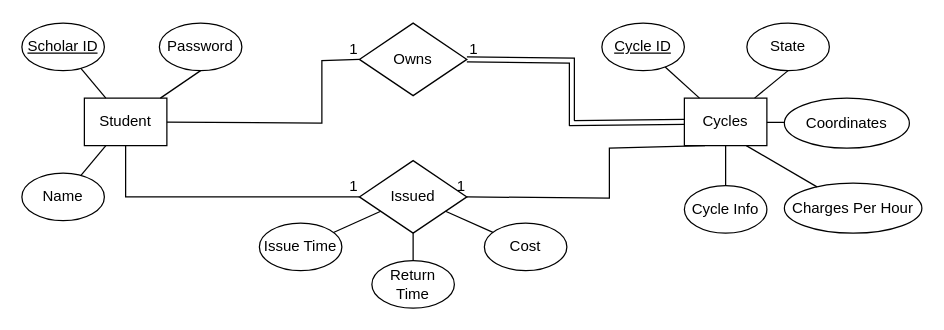
AssassinOFsilchar/sgtree keeps this draw.io diagram as Untitled Diagram.drawio. Above is the earlier version. Source tidied: cells renumbered, new cells numbered last; positions are measured from the earlier drawing's top-left corner, leaving out a move shared by most shapes. Both pictures are drawn from the tidied source at 125%, with x=0, y=0 at pixel (21, 22).
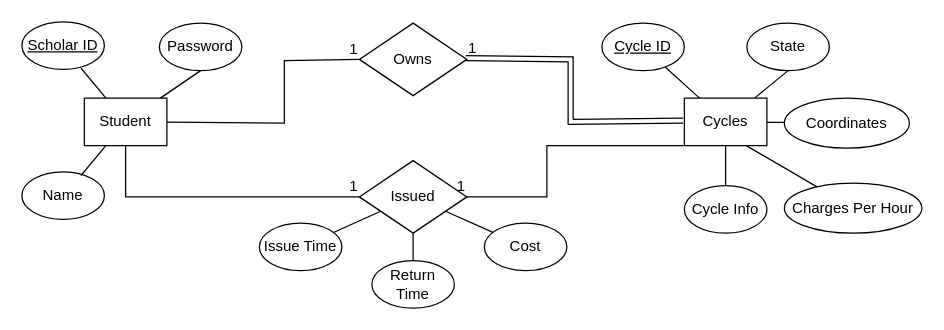
The same diagram, later.

Unchanged cells that the change refers to:
```xml
<mxCell id="2" value="Student" style="whiteSpace=wrap;html=1;align=center;" parent="1" vertex="1">
  <mxGeometry x="50" y="60" width="66" height="38" as="geometry" />
</mxCell>
<mxCell id="7" value="Owns" style="shape=rhombus;perimeter=rhombusPerimeter;whiteSpace=wrap;html=1;align=center;" parent="1" vertex="1">
  <mxGeometry x="270" width="86" height="58" as="geometry" />
</mxCell>
<mxCell id="8" value="Cycles" style="whiteSpace=wrap;html=1;align=center;" parent="1" vertex="1">
  <mxGeometry x="530" y="60" width="66" height="38" as="geometry" />
</mxCell>
<mxCell id="9" value="Issued&lt;br&gt;" style="shape=rhombus;perimeter=rhombusPerimeter;whiteSpace=wrap;html=1;align=center;" parent="1" vertex="1">
  <mxGeometry x="270" y="110" width="86" height="58" as="geometry" />
</mxCell>
```

Change to the diagram source:
```diff
@@
     <mxCell id="5" value="Scholar ID&lt;br&gt;" style="ellipse;whiteSpace=wrap;html=1;align=center;fontStyle=4;" parent="1" vertex="1">
-      <mxGeometry width="66" height="38" as="geometry" />
+      <mxGeometry y="-1" width="66" height="38" as="geometry" />
     </mxCell>
     <mxCell id="6" value="Name" style="ellipse;whiteSpace=wrap;html=1;align=center;" parent="1" vertex="1">
-      <mxGeometry y="120" width="66" height="38" as="geometry" />
+      <mxGeometry y="119" width="66" height="38" as="geometry" />
     </mxCell>
@@
-    <mxCell id="16" style="endArrow=none;html=1;rounded=0;" parent="1" edge="1" source="5" target="2">
-      <mxGeometry relative="1" as="geometry" />
+    <mxCell id="16" style="endArrow=none;html=1;rounded=0;" parent="1" edge="1" target="2">
+      <mxGeometry relative="1" as="geometry">
+        <mxPoint x="47.4" y="36.1" as="sourcePoint" />
+      </mxGeometry>
     </mxCell>
-    <mxCell id="17" style="endArrow=none;html=1;rounded=0;" parent="1" edge="1" source="2" target="6">
-      <mxGeometry relative="1" as="geometry" />
+    <mxCell id="17" style="endArrow=none;html=1;rounded=0;" parent="1" edge="1" source="2">
+      <mxGeometry relative="1" as="geometry">
+        <mxPoint x="47.3" y="121.9" as="targetPoint" />
+      </mxGeometry>
     </mxCell>
@@
     <mxCell id="29" style="endArrow=none;html=1;rounded=0;entryX=0;entryY=0.5;entryDx=0;entryDy=0;" parent="1" edge="1" source="2" target="7">
       <mxGeometry relative="1" as="geometry">
         <Array as="points">
-          <mxPoint x="240" y="80" />
-          <mxPoint x="240" y="60" />
-          <mxPoint x="240" y="30" />
+          <mxPoint x="210" y="80" />
+          <mxPoint x="210" y="60" />
+          <mxPoint x="210" y="30" />
         </Array>
       </mxGeometry>
     </mxCell>
@@
-    <mxCell id="31" style="shape=link;html=1;rounded=0;entryX=1;entryY=0.5;entryDx=0;entryDy=0;exitX=0;exitY=0.5;exitDx=0;exitDy=0;" parent="1" edge="1" source="8" target="7">
+    <mxCell id="31" style="shape=link;html=1;rounded=0;entryX=1;entryY=0.5;entryDx=0;entryDy=0;exitX=0;exitY=0.5;exitDx=0;exitDy=0;" parent="1" edge="1">
       <mxGeometry relative="1" as="geometry">
+        <mxPoint x="529" y="78" as="sourcePoint" />
+        <mxPoint x="355" y="28" as="targetPoint" />
         <Array as="points">
-          <mxPoint x="440" y="80" />
-          <mxPoint x="440" y="30" />
+          <mxPoint x="439" y="79" />
+          <mxPoint x="439" y="29" />
         </Array>
       </mxGeometry>
     </mxCell>
@@
-    <mxCell id="35" style="endArrow=none;html=1;rounded=0;exitX=0.25;exitY=1;exitDx=0;exitDy=0;entryX=1;entryY=0.5;entryDx=0;entryDy=0;" parent="1" edge="1" source="8" target="9">
+    <mxCell id="35" style="endArrow=none;html=1;rounded=0;entryX=1;entryY=0.5;entryDx=0;entryDy=0;" parent="1" edge="1" target="9">
       <mxGeometry relative="1" as="geometry">
+        <mxPoint x="530" y="98" as="sourcePoint" />
         <Array as="points">
-          <mxPoint x="470" y="100" />
-          <mxPoint x="470" y="140" />
+          <mxPoint x="420" y="98" />
+          <mxPoint x="420" y="139" />
         </Array>
       </mxGeometry>
     </mxCell>
```
